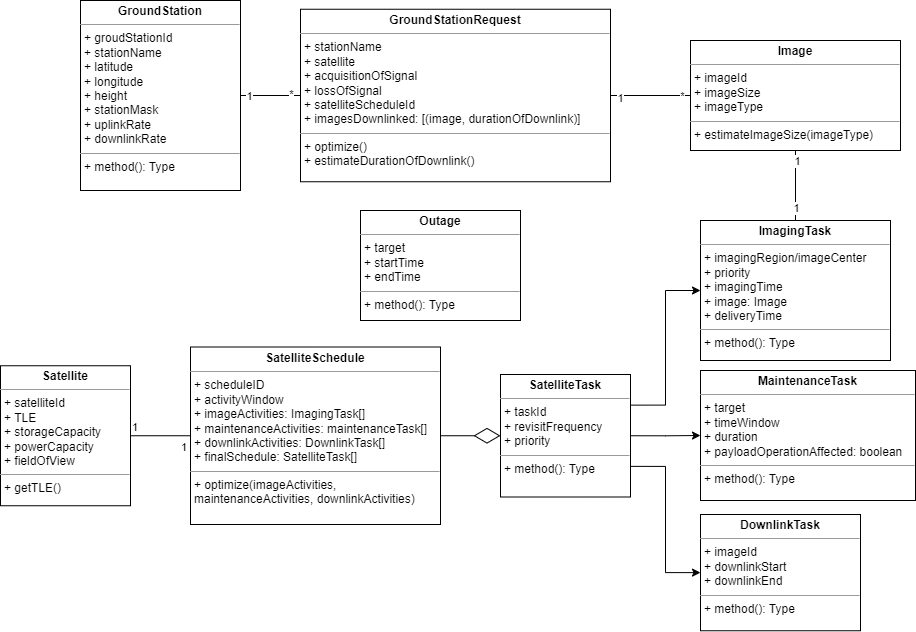
The draw.io diagram models/UML_model.png in YuJ-Li/Satellite_Operations_Services_Optimizer, before a commit. Source tidied: cells renumbered, new cells last; positions are measured from the earlier drawing's top-left corner, leaving out a move shared by most shapes.
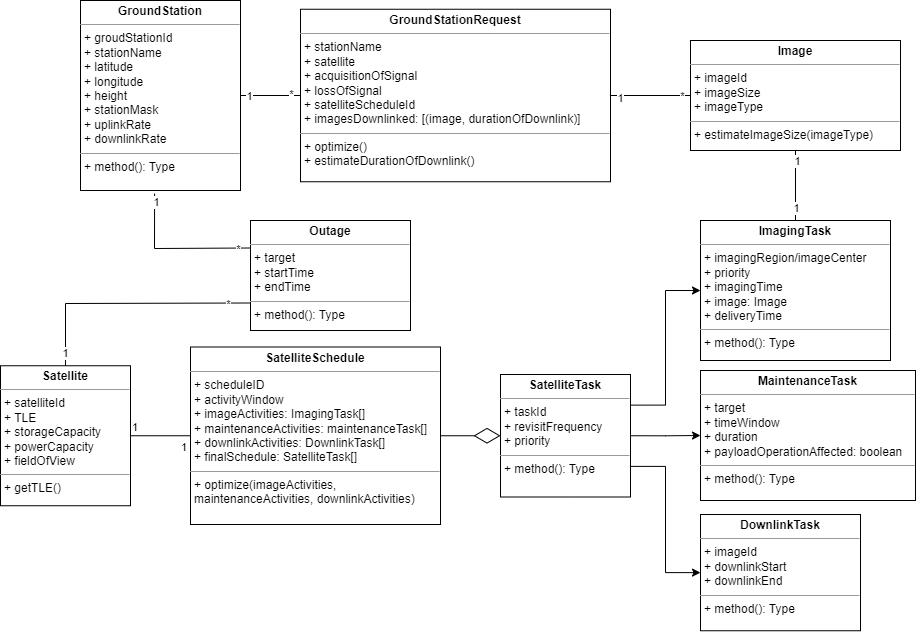
Above is the later version.

Diff of the diagram source:
```diff
@@ -44,7 +44,7 @@
       </mxGeometry>
     </mxCell>
     <mxCell id="15" value="&lt;p style=&quot;margin:0px;margin-top:4px;text-align:center;&quot;&gt;&lt;b&gt;Outage&lt;/b&gt;&lt;/p&gt;&lt;hr size=&quot;1&quot;&gt;&lt;p style=&quot;margin:0px;margin-left:4px;&quot;&gt;+ target&lt;/p&gt;&lt;p style=&quot;margin:0px;margin-left:4px;&quot;&gt;+ startTime&lt;/p&gt;&lt;p style=&quot;margin:0px;margin-left:4px;&quot;&gt;+ endTime&lt;/p&gt;&lt;hr size=&quot;1&quot;&gt;&lt;p style=&quot;margin:0px;margin-left:4px;&quot;&gt;+ method(): Type&lt;/p&gt;" style="verticalAlign=top;align=left;overflow=fill;fontSize=12;fontFamily=Helvetica;html=1;whiteSpace=wrap;" parent="1" vertex="1">
-      <mxGeometry x="360" y="210" width="160" height="110" as="geometry" />
+      <mxGeometry x="250" y="220" width="160" height="110" as="geometry" />
     </mxCell>
     <mxCell id="16" value="&lt;p style=&quot;margin:0px;margin-top:4px;text-align:center;&quot;&gt;&lt;b&gt;DownlinkTask&lt;/b&gt;&lt;/p&gt;&lt;hr size=&quot;1&quot;&gt;&lt;p style=&quot;margin:0px;margin-left:4px;&quot;&gt;+ imageId&lt;/p&gt;&lt;p style=&quot;margin:0px;margin-left:4px;&quot;&gt;+ downlinkStart&lt;/p&gt;&lt;p style=&quot;margin:0px;margin-left:4px;&quot;&gt;+ downlinkEnd&lt;/p&gt;&lt;hr size=&quot;1&quot;&gt;&lt;p style=&quot;margin:0px;margin-left:4px;&quot;&gt;+ method(): Type&lt;/p&gt;" style="verticalAlign=top;align=left;overflow=fill;fontSize=12;fontFamily=Helvetica;html=1;whiteSpace=wrap;" parent="1" vertex="1">
       <mxGeometry x="700" y="514" width="160" height="116.2" as="geometry" />
@@ -82,5 +82,31 @@
     <mxCell id="27" value="1" style="edgeLabel;html=1;align=center;verticalAlign=middle;" parent="25" vertex="1">
       <mxGeometry x="-0.64" relative="1" as="geometry" />
     </mxCell>
+    <mxCell id="28" style="endArrow=none;html=1;rounded=0;entryX=0;entryY=0.75;entryDx=0;entryDy=0;exitX=0.5;exitY=0;exitDx=0;exitDy=0;" parent="1" edge="1" source="2" target="15">
+      <mxGeometry relative="1" as="geometry">
+        <Array as="points">
+          <mxPoint x="65" y="303" />
+        </Array>
+      </mxGeometry>
+    </mxCell>
+    <mxCell id="29" value="1" style="edgeLabel;html=1;align=center;verticalAlign=middle;" parent="28" vertex="1">
+      <mxGeometry x="-0.89" y="1" relative="1" as="geometry" />
+    </mxCell>
+    <mxCell id="30" value="*" style="edgeLabel;html=1;align=center;verticalAlign=middle;" parent="28" vertex="1">
+      <mxGeometry x="0.82" y="-1" relative="1" as="geometry" />
+    </mxCell>
+    <mxCell id="31" style="endArrow=none;html=1;rounded=0;entryX=0;entryY=0.25;entryDx=0;entryDy=0;exitX=0.463;exitY=1.016;exitDx=0;exitDy=0;exitPerimeter=0;" parent="1" edge="1" source="3" target="15">
+      <mxGeometry relative="1" as="geometry">
+        <Array as="points">
+          <mxPoint x="154" y="248" />
+        </Array>
+      </mxGeometry>
+    </mxCell>
+    <mxCell id="32" value="1" style="edgeLabel;html=1;align=center;verticalAlign=middle;" parent="31" vertex="1">
+      <mxGeometry x="-0.89" y="1" relative="1" as="geometry" />
+    </mxCell>
+    <mxCell id="33" value="*" style="edgeLabel;html=1;align=center;verticalAlign=middle;" parent="31" vertex="1">
+      <mxGeometry x="0.82" y="-1" relative="1" as="geometry" />
+    </mxCell>
   </root>
 </mxGraphModel>
```
